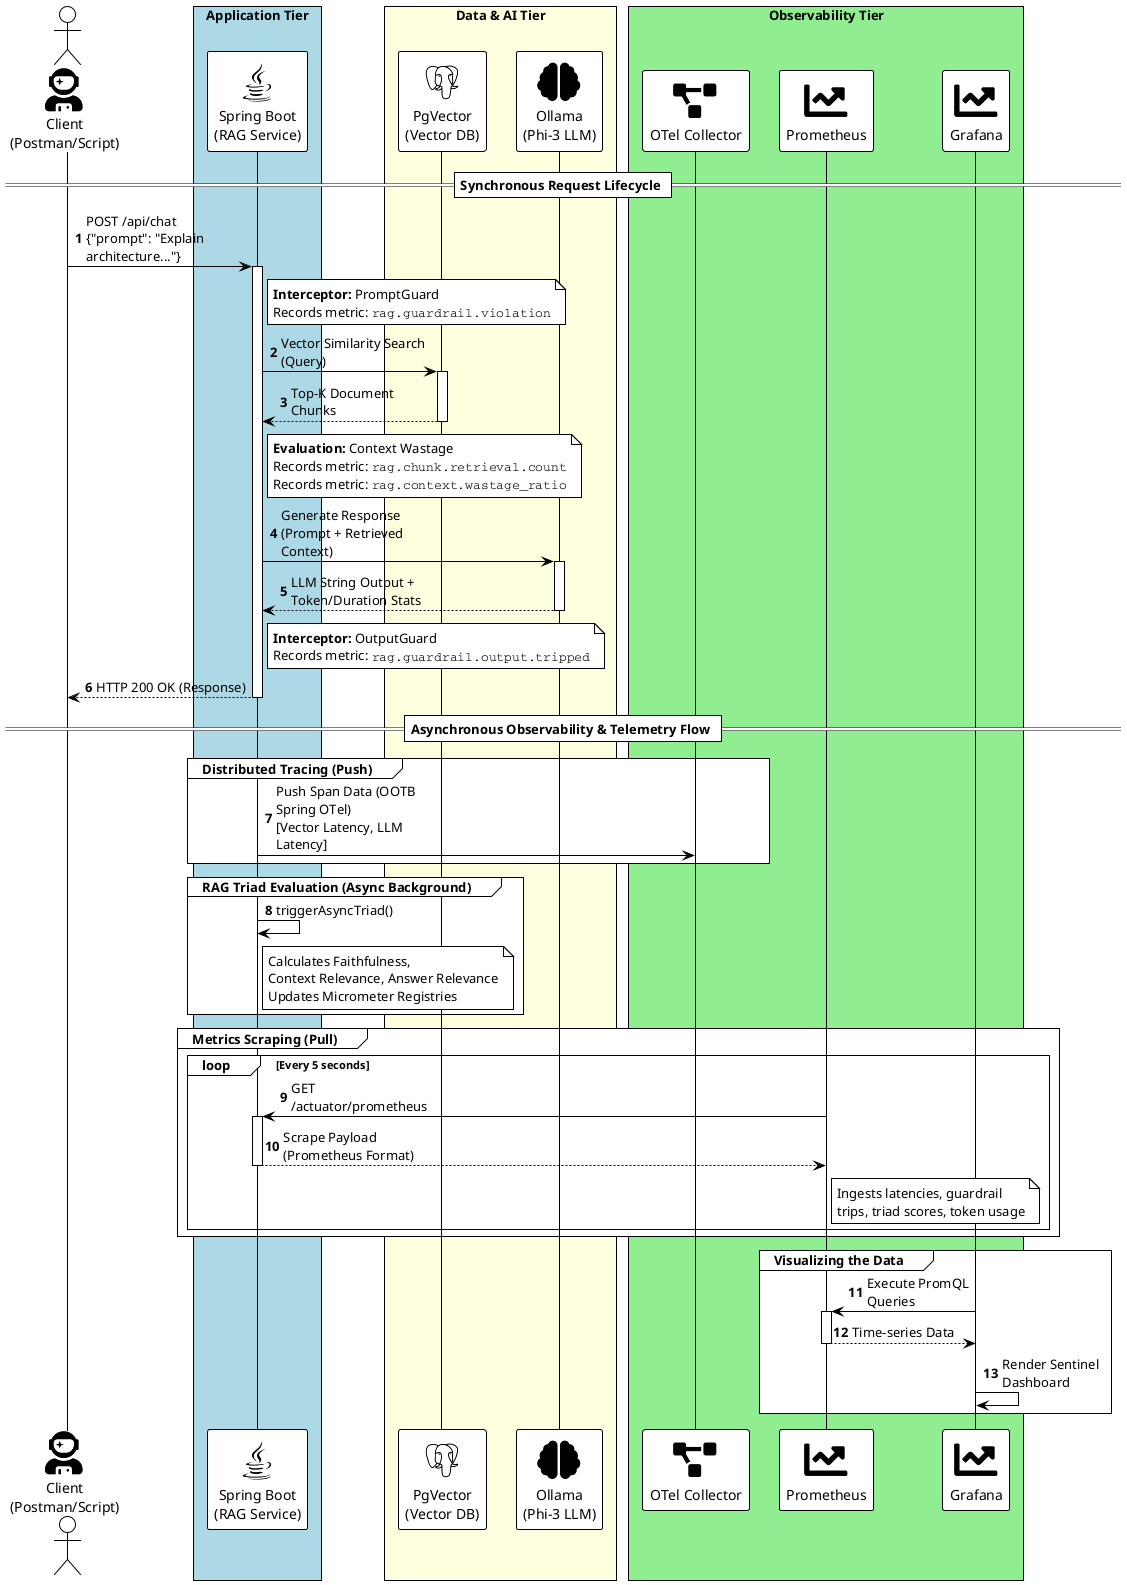
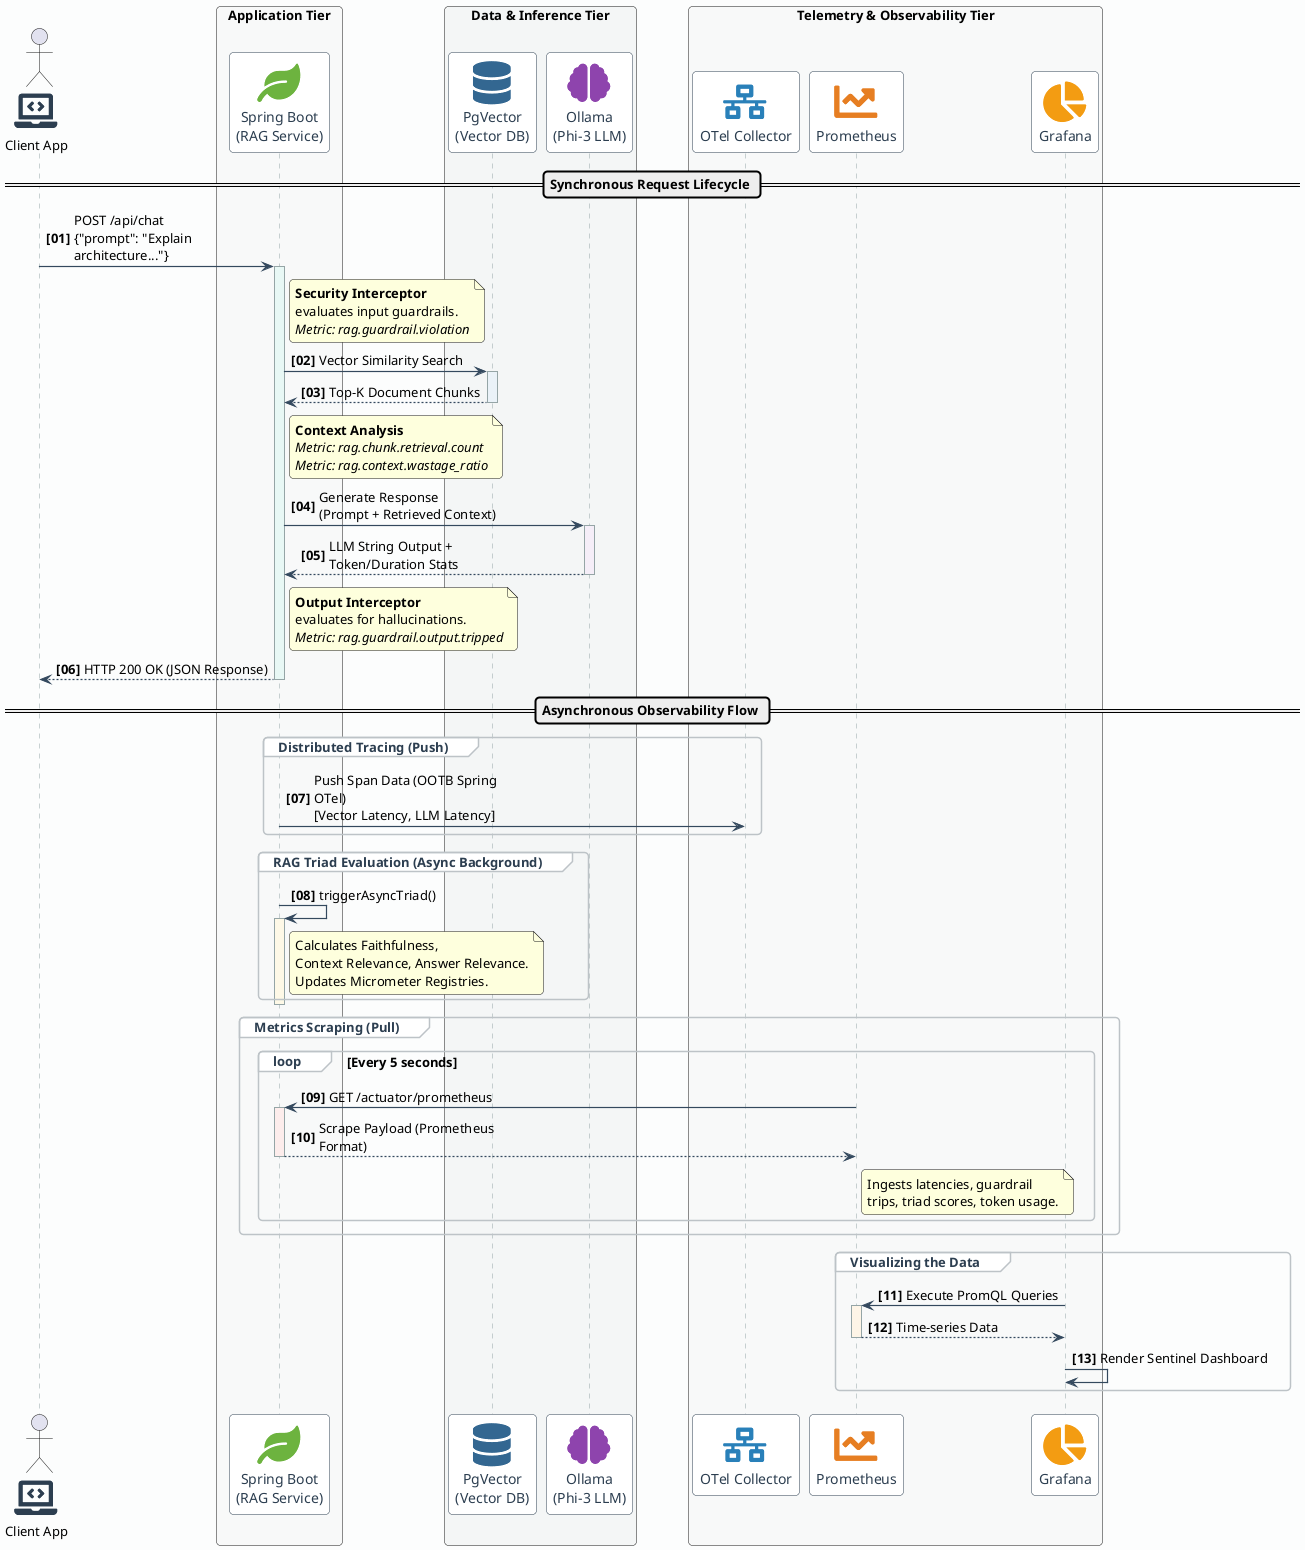
- @startuml RAG_Observer_Sentinel_Flow
- !theme plain
- skinparam defaultFontName Arial
- skinparam maxMessageSize 150
- autonumber
+ @startuml RAG_Observer_Sentinel_Architecture
+ !pragma teoz true

- ' --- Import Standard Library Icons ---
- !include <tupadr3/common>
- !include <tupadr3/devicons/java>
- !include <tupadr3/devicons/postgresql>
+ ' --- Elite Architecture Styling ---
+ skinparam backgroundColor #FCFDFD
+ skinparam defaultFontName "Helvetica Neue", "Segoe UI", sans-serif
+ skinparam defaultFontSize 13
+ skinparam roundcorner 8
+ skinparam maxMessageSize 200
+ autonumber "<b>[00]</b>"
+ 
+ skinparam sequence {
+     ArrowColor #34495E
+     ArrowThickness 1.2
+     LifeLineBorderColor #95A5A6
+     LifeLineBackgroundColor #F2F4F4
+ 
+     ParticipantBorderColor #2C3E50
+     ParticipantBackgroundColor #FFFFFF
+     ParticipantFontColor #2C3E50
+     ParticipantFontSize 14
+     ParticipantFontName "Helvetica Neue", sans-serif
+ 
+     GroupBorderColor #BDC3C7
+     GroupHeaderFontColor #2C3E50
+     GroupBackgroundColor #FFFFFF
+ 
+     NoteBackgroundColor #FDFEFE
+     NoteBorderColor #D5D8DC
+     NoteFontColor #34495E
+     NoteShadowing false
+ }
+ 
+ skinparam box {
+     Padding 20
+ }
+ 
+ ' --- Import Universally Supported FontAwesome Icons ---
+ !include <tupadr3/font-awesome-5/laptop_code>
+ !include <tupadr3/font-awesome-5/leaf>
+ !include <tupadr3/font-awesome-5/database>
!include <tupadr3/font-awesome-5/brain>
+ !include <tupadr3/font-awesome-5/network_wired>
!include <tupadr3/font-awesome-5/chart_line>
- !include <tupadr3/font-awesome-5/project_diagram>
- !include <tupadr3/font-awesome-5/user_astronaut>
+ !include <tupadr3/font-awesome-5/chart_pie>

- ' --- Define Participants with Icons ---
- actor "<$user_astronaut>\nClient\n(Postman/Script)" as Client
- box "Application Tier" #LightBlue
- participant "<$java>\nSpring Boot\n(RAG Service)" as App
+ ' --- Define Participants with Bulletproof Color Syntax ---
+ actor "<color:#2C3E50><$laptop_code></color>\nClient App" as Client
+ 
+ box "Application Tier" #F8F9F9
+ participant "<color:#6DB33F><$leaf></color>\nSpring Boot\n(RAG Service)" as App
end box

- box "Data & AI Tier" #LightYellow
- participant "<$postgresql>\nPgVector\n(Vector DB)" as DB
- participant "<$brain>\nOllama\n(Phi-3 LLM)" as LLM
+ box "Data & Inference Tier" #F4F6F6
+ participant "<color:#336791><$database></color>\nPgVector\n(Vector DB)" as DB
+ participant "<color:#8E44AD><$brain></color>\nOllama\n(Phi-3 LLM)" as LLM
end box

- box "Observability Tier" #LightGreen
- participant "<$project_diagram>\nOTel Collector" as OTel
- participant "<$chart_line>\nPrometheus" as Prom
- participant "<$chart_line>\nGrafana" as Grafana
+ box "Telemetry & Observability Tier" #F8F9F9
+ participant "<color:#2980B9><$network_wired></color>\nOTel Collector" as OTel
+ participant "<color:#E67E22><$chart_line></color>\nPrometheus" as Prom
+ participant "<color:#F39C12><$chart_pie></color>\nGrafana" as Grafana
end box

' --- Synchronous RAG Flow ---
== Synchronous Request Lifecycle ==

Client -> App: POST /api/chat\n{"prompt": "Explain architecture..."}
- activate App
+ activate App #E8F8F5

note right of App
-   **Interceptor:** PromptGuard
-   Records metric: ""rag.guardrail.violation""
+   **Security Interceptor**
+   evaluates input guardrails.
+   <i>Metric: rag.guardrail.violation</i>
end note

- App -> DB: Vector Similarity Search (Query)
- activate DB
+ App -> DB: Vector Similarity Search
+ activate DB #EAF2F8
DB --> App: Top-K Document Chunks
deactivate DB

note right of App
-   **Evaluation:** Context Wastage
-   Records metric: ""rag.chunk.retrieval.count""
-   Records metric: ""rag.context.wastage_ratio""
+   **Context Analysis**
+   <i>Metric: rag.chunk.retrieval.count</i>
+   <i>Metric: rag.context.wastage_ratio</i>
end note

App -> LLM: Generate Response\n(Prompt + Retrieved Context)
- activate LLM
+ activate LLM #F5EEF8
LLM --> App: LLM String Output +\nToken/Duration Stats
deactivate LLM

note right of App
-   **Interceptor:** OutputGuard
-   Records metric: ""rag.guardrail.output.tripped""
+   **Output Interceptor**
+   evaluates for hallucinations.
+   <i>Metric: rag.guardrail.output.tripped</i>
end note

- App --> Client: HTTP 200 OK (Response)
+ App --> Client: HTTP 200 OK (JSON Response)
deactivate App

' --- Asynchronous Telemetry Flow ---
- == Asynchronous Observability & Telemetry Flow ==
+ == Asynchronous Observability Flow ==

group Distributed Tracing (Push)
    App -> OTel: Push Span Data (OOTB Spring OTel)\n[Vector Latency, LLM Latency]
end

group RAG Triad Evaluation (Async Background)
    App -> App: triggerAsyncTriad()
+     activate App #FEF9E7
    note right of App
      Calculates Faithfulness,
-       Context Relevance, Answer Relevance
-       Updates Micrometer Registries
+       Context Relevance, Answer Relevance.
+       Updates Micrometer Registries.
    end note
+     deactivate App
end

group Metrics Scraping (Pull)
    loop Every 5 seconds
        Prom -> App: GET /actuator/prometheus
-         activate App
+         activate App #FDEDEC
        App --> Prom: Scrape Payload (Prometheus Format)
        deactivate App
        note right of Prom
          Ingests latencies, guardrail
-           trips, triad scores, token usage
+           trips, triad scores, token usage.
        end note
    end
end

group Visualizing the Data
    Grafana -> Prom: Execute PromQL Queries
-     activate Prom
+     activate Prom #FEF5E7
    Prom --> Grafana: Time-series Data
    deactivate Prom
    Grafana -> Grafana: Render Sentinel Dashboard
end

@enduml